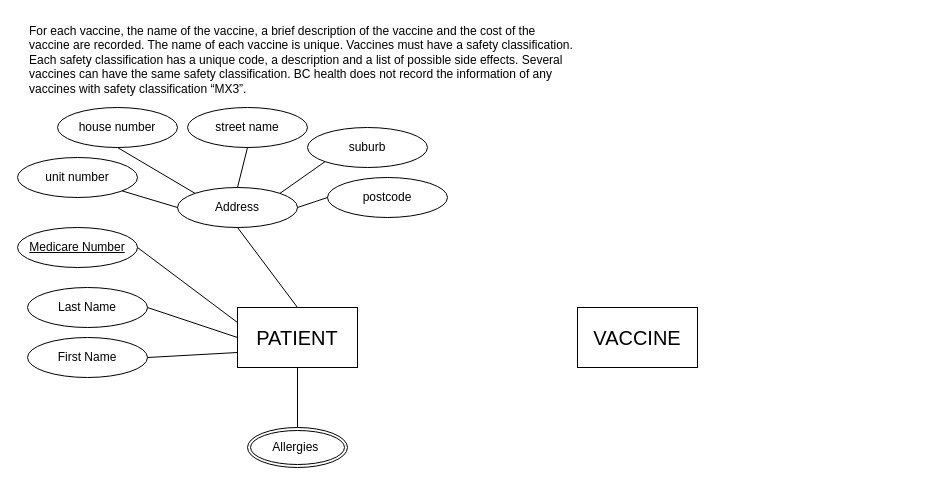
harry-sunhao/52pojie keeps this draw.io diagram as Untitled Diagram.drawio. Above is the earlier version. Source tidied: cells renumbered, new cells numbered last; positions are measured from the earlier drawing's top-left corner, leaving out a move shared by most shapes. Both pictures are drawn from the tidied source at 100%, with x=0, y=0 at pixel (17, 17).
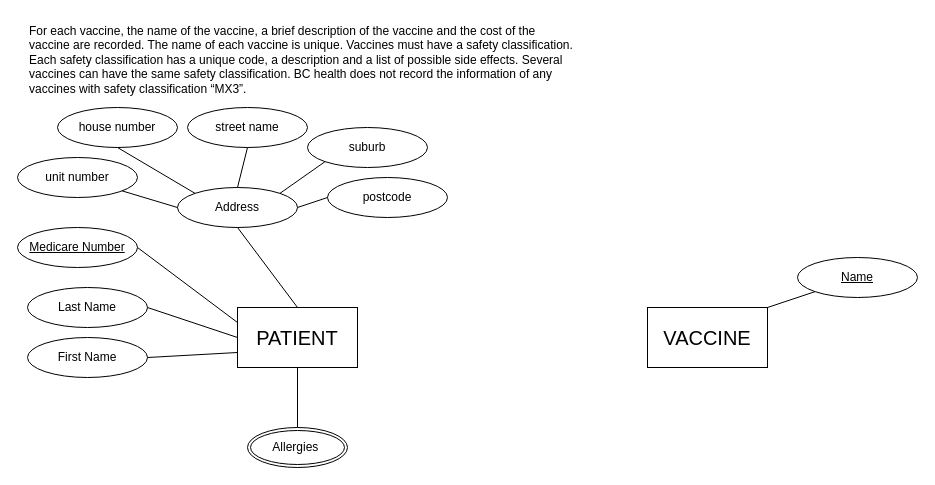
After the change.

Change to the diagram source:
```diff
@@
     <mxCell id="24" value="&lt;span style=&quot;text-align: left&quot;&gt;&lt;font style=&quot;font-size: 20px&quot;&gt;VACCINE&lt;/font&gt;&lt;/span&gt;" style="rounded=0;whiteSpace=wrap;html=1;" parent="1" vertex="1">
-      <mxGeometry x="560" y="290" width="120" height="60" as="geometry" />
+      <mxGeometry x="630" y="290" width="120" height="60" as="geometry" />
     </mxCell>
+    <mxCell id="25" value="&lt;u&gt;Name&lt;/u&gt;" style="ellipse;whiteSpace=wrap;html=1;" parent="1" vertex="1">
+      <mxGeometry x="780" y="240" width="120" height="40" as="geometry" />
+    </mxCell>
+    <mxCell id="26" style="endArrow=none;html=1;entryX=0;entryY=1;entryDx=0;entryDy=0;exitX=1;exitY=0;exitDx=0;exitDy=0;" parent="1" edge="1" source="24" target="25">
+      <mxGeometry relative="1" as="geometry" />
+    </mxCell>
```
